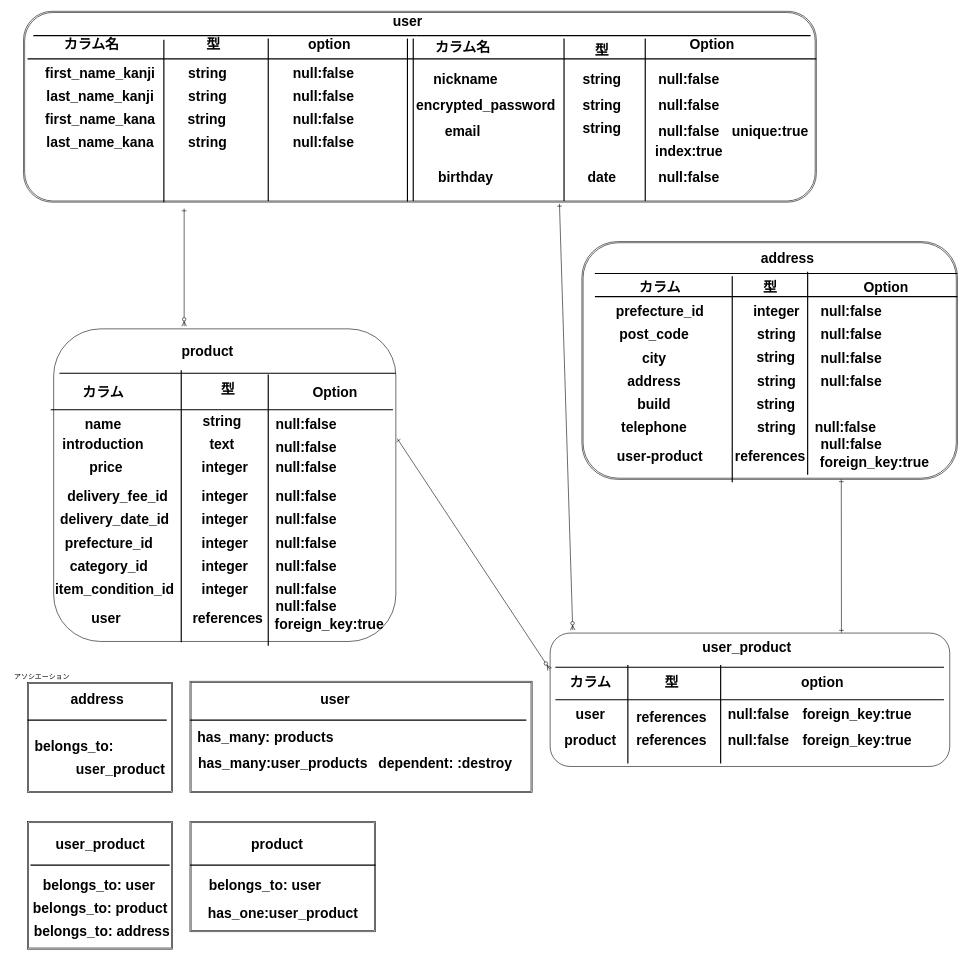
Before: test.dio in Kaneko-Yukihiro0117/furima-32413, a draw.io diagram. Source tidied: cells renumbered, new cells numbered last; positions are measured from the earlier drawing's top-left corner, leaving out a move shared by most shapes. Both pictures are drawn from the tidied source at 58%, with x=0, y=0 at pixel (10, 10).
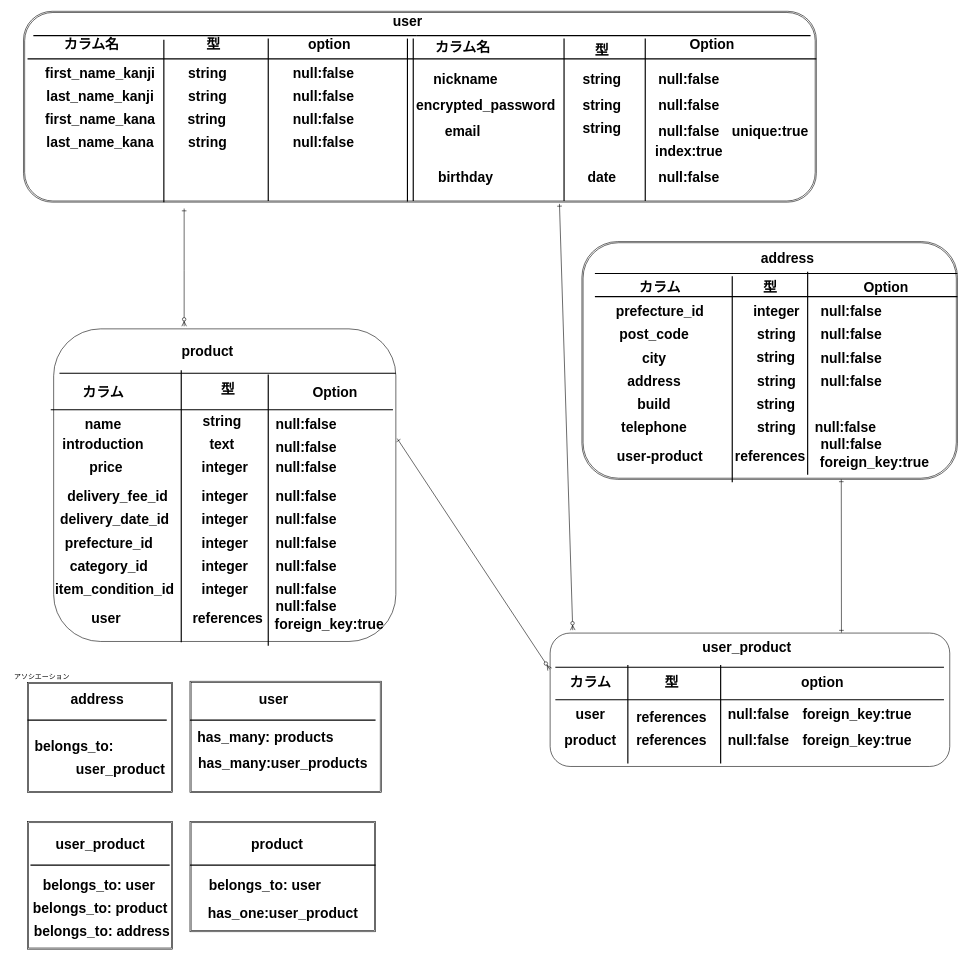
After the change.

The edit, as a diff of the source:
```diff
@@
     <mxCell id="104" style="shape=ext;double=1;rounded=0;whiteSpace=wrap;html=1;" parent="1" vertex="1">
-      <mxGeometry x="310" y="1157" width="590" height="192" as="geometry" />
+      <mxGeometry x="310" y="1157" width="330" height="192" as="geometry" />
     </mxCell>
     <mxCell id="105" value="user" style="text;strokeColor=none;fillColor=none;html=1;fontSize=24;fontStyle=1;verticalAlign=middle;align=center;" parent="1" vertex="1">
-      <mxGeometry x="510" y="1169" width="100" height="40" as="geometry" />
+      <mxGeometry x="404" y="1169" width="100" height="40" as="geometry" />
     </mxCell>
     <mxCell id="106" style="line;strokeWidth=2;html=1;" parent="1" vertex="1">
-      <mxGeometry x="310" y="1219" width="580" height="10" as="geometry" />
+      <mxGeometry x="310" y="1219" width="320" height="10" as="geometry" />
     </mxCell>
@@
-    <mxCell id="154" value="dependent: :destroy" style="text;strokeColor=none;fillColor=none;html=1;fontSize=24;fontStyle=1;verticalAlign=middle;align=center;" parent="1" vertex="1">
-      <mxGeometry x="700" y="1279" width="100" height="40" as="geometry" />
-    </mxCell>
```
